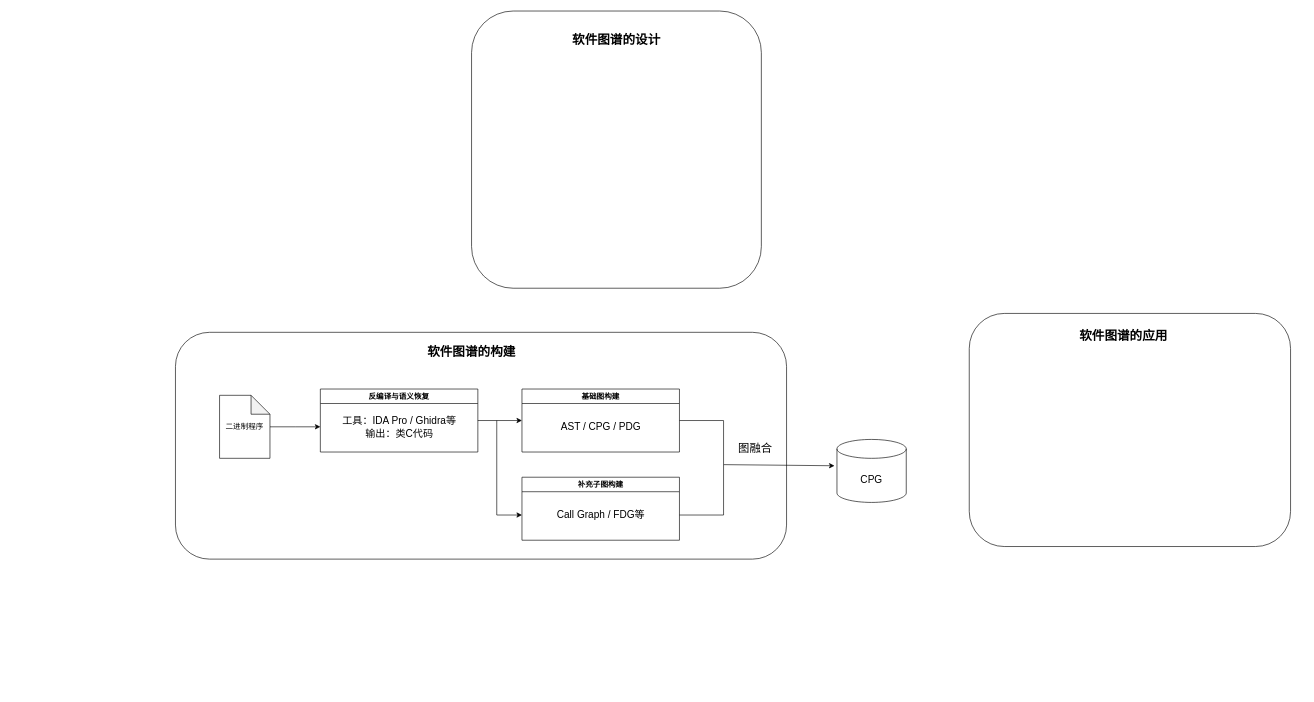
The draw.io diagram MindMap/硕士毕设系统框架.drawio in hourhl/Draw-io, before the edit. Source tidied: cells renumbered, new cells numbered last; positions are measured from the earlier drawing's top-left corner, leaving out a move shared by most shapes. Both pictures are drawn from the tidied source at 63%, with x=0, y=0 at pixel (175, 11).
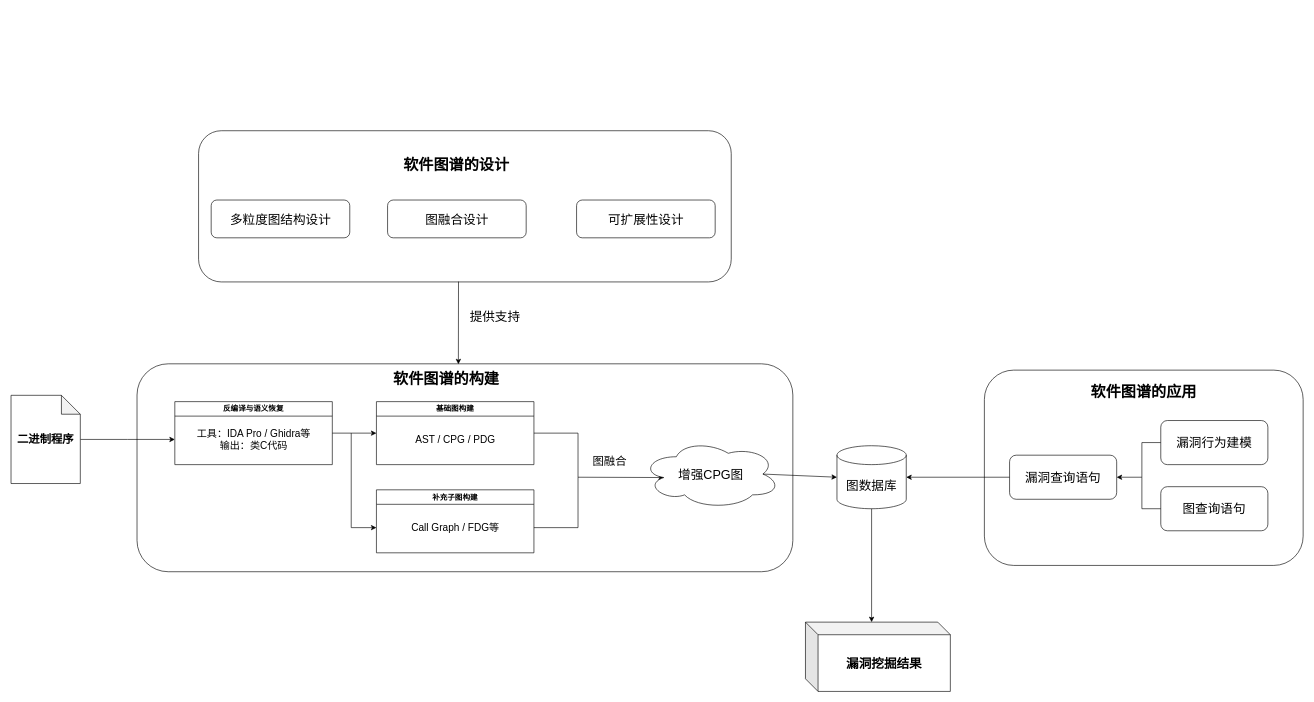
The same page after the edit.

Commit message (it also covers changes not shown here):
更新硕士毕设系统框架.drawio

Change to the diagram source:
```diff
@@
     <mxCell id="2" style="rounded=1;whiteSpace=wrap;html=1;" parent="1" vertex="1">
-      <mxGeometry y="510" width="970" height="360" as="geometry" />
+      <mxGeometry x="-61" y="560" width="1041" height="330" as="geometry" />
     </mxCell>
     <mxCell id="3" style="edgeStyle=orthogonalEdgeStyle;rounded=0;jettySize=auto;html=1;" parent="1" edge="1" source="4">
       <mxGeometry relative="1" as="geometry">
-        <mxPoint x="230" y="660" as="targetPoint" />
+        <mxPoint x="-1" y="680" as="targetPoint" />
       </mxGeometry>
     </mxCell>
-    <mxCell id="4" value="二进制程序" style="shape=note;whiteSpace=wrap;html=1;backgroundOutline=1;darkOpacity=0.05;" parent="1" vertex="1">
-      <mxGeometry x="70" y="610" width="80" height="100" as="geometry" />
+    <mxCell id="4" value="&lt;font style=&quot;font-size: 18px;&quot;&gt;&lt;b&gt;二进制程序&lt;/b&gt;&lt;/font&gt;" style="shape=note;whiteSpace=wrap;html=1;backgroundOutline=1;darkOpacity=0.05;" parent="1" vertex="1">
+      <mxGeometry x="-261" y="610" width="110" height="140" as="geometry" />
     </mxCell>
@@
     <mxCell id="6" value="反编译与语义恢复" style="swimlane;whiteSpace=wrap;html=1;" parent="1" vertex="1">
-      <mxGeometry x="230" y="600" width="250" height="100" as="geometry" />
+      <mxGeometry x="-1" y="620" width="250" height="100" as="geometry" />
     </mxCell>
@@
     <mxCell id="8" value="基础图构建" style="swimlane;whiteSpace=wrap;html=1;" parent="1" vertex="1">
-      <mxGeometry x="550" y="600" width="250" height="100" as="geometry" />
+      <mxGeometry x="319" y="620" width="250" height="100" as="geometry" />
     </mxCell>
@@
     <mxCell id="10" value="补充子图构建" style="swimlane;whiteSpace=wrap;html=1;" parent="1" vertex="1">
-      <mxGeometry x="550" y="740" width="250" height="100" as="geometry" />
+      <mxGeometry x="319" y="760" width="250" height="100" as="geometry" />
     </mxCell>
@@
     <mxCell id="12" style="endArrow=classic;html=1;rounded=0;" parent="1" edge="1">
       <mxGeometry relative="1" as="geometry">
-        <mxPoint x="510" y="650" as="sourcePoint" />
-        <mxPoint x="550" y="800" as="targetPoint" />
+        <mxPoint x="279" y="670" as="sourcePoint" />
+        <mxPoint x="319" y="820" as="targetPoint" />
         <Array as="points">
-          <mxPoint x="510" y="800" />
+          <mxPoint x="279" y="820" />
         </Array>
       </mxGeometry>
     </mxCell>
-    <mxCell id="13" style="endArrow=classic;html=1;rounded=0;exitX=1;exitY=0.5;exitDx=0;exitDy=0;entryX=-0.036;entryY=0.418;entryDx=0;entryDy=0;entryPerimeter=0;" parent="1" edge="1" source="8" target="15">
+    <mxCell id="13" style="endArrow=classic;html=1;rounded=0;exitX=1;exitY=0.5;exitDx=0;exitDy=0;entryX=0.16;entryY=0.55;entryDx=0;entryDy=0;entryPerimeter=0;" parent="1" edge="1" source="8" target="33">
       <mxGeometry relative="1" as="geometry">
         <Array as="points">
-          <mxPoint x="870" y="650" />
-          <mxPoint x="870" y="720" />
+          <mxPoint x="639" y="670" />
+          <mxPoint x="639" y="740" />
         </Array>
       </mxGeometry>
     </mxCell>
     <mxCell id="14" style="endArrow=none;html=1;rounded=0;" parent="1" edge="1">
       <mxGeometry relative="1" as="geometry">
-        <mxPoint x="800" y="800" as="sourcePoint" />
-        <mxPoint x="870" y="720" as="targetPoint" />
+        <mxPoint x="569" y="820" as="sourcePoint" />
+        <mxPoint x="639" y="740" as="targetPoint" />
         <Array as="points">
-          <mxPoint x="870" y="800" />
+          <mxPoint x="639" y="820" />
         </Array>
       </mxGeometry>
     </mxCell>
-    <mxCell id="15" value="&lt;font style=&quot;font-size: 16px;&quot;&gt;CPG&lt;/font&gt;" style="shape=cylinder3;whiteSpace=wrap;html=1;boundedLbl=1;backgroundOutline=1;size=15;" parent="1" vertex="1">
-      <mxGeometry x="1050" y="680" width="110" height="100" as="geometry" />
+    <mxCell id="15" value="&lt;font style=&quot;font-size: 20px;&quot;&gt;图数据库&lt;/font&gt;" style="shape=cylinder3;whiteSpace=wrap;html=1;boundedLbl=1;backgroundOutline=1;size=15;" parent="1" vertex="1">
+      <mxGeometry x="1050" y="690" width="110" height="100" as="geometry" />
     </mxCell>
     <mxCell id="16" value="&lt;font style=&quot;font-size: 18px;&quot;&gt;图融合&lt;/font&gt;" style="text;html=1;align=center;verticalAlign=middle;strokeColor=none;fillColor=none;" parent="1" vertex="1">
-      <mxGeometry x="880" y="675" width="80" height="40" as="geometry" />
+      <mxGeometry x="649" y="695" width="80" height="40" as="geometry" />
     </mxCell>
-    <mxCell id="17" value="&lt;b&gt;&lt;font style=&quot;font-size: 20px;&quot;&gt;软件图谱的构建&lt;/font&gt;&lt;/b&gt;" style="text;html=1;align=center;verticalAlign=middle;whiteSpace=wrap;rounded=0;" parent="1" vertex="1">
-      <mxGeometry x="380" y="520" width="180" height="40" as="geometry" />
+    <mxCell id="17" value="&lt;b&gt;&lt;font style=&quot;font-size: 24px;&quot;&gt;软件图谱的构建&lt;/font&gt;&lt;/b&gt;" style="text;html=1;align=center;verticalAlign=middle;whiteSpace=wrap;rounded=0;" parent="1" vertex="1">
+      <mxGeometry x="340" y="570" width="180" height="30" as="geometry" />
     </mxCell>
     <mxCell id="18" style="rounded=1;whiteSpace=wrap;html=1;" parent="1" vertex="1">
-      <mxGeometry x="470" width="460" height="440" as="geometry" />
+      <mxGeometry x="36.7" y="190" width="845.5" height="240" as="geometry" />
     </mxCell>
-    <mxCell id="19" value="&lt;font style=&quot;font-size: 20px;&quot;&gt;&lt;b&gt;软件图谱的设计&lt;/b&gt;&lt;/font&gt;" style="text;html=1;align=center;verticalAlign=middle;whiteSpace=wrap;rounded=0;" parent="1" vertex="1">
-      <mxGeometry x="565" y="20" width="270" height="50" as="geometry" />
+    <mxCell id="19" value="&lt;font style=&quot;font-size: 24px;&quot;&gt;&lt;b style=&quot;&quot;&gt;软件图谱的设计&lt;/b&gt;&lt;/font&gt;" style="text;html=1;align=center;verticalAlign=middle;whiteSpace=wrap;rounded=0;" parent="1" vertex="1">
+      <mxGeometry x="311.2" y="220" width="270" height="50" as="geometry" />
     </mxCell>
     <mxCell id="20" style="rounded=1;whiteSpace=wrap;html=1;" parent="1" vertex="1">
-      <mxGeometry x="1260" y="480" width="510" height="370" as="geometry" />
+      <mxGeometry x="1284" y="570" width="506" height="310" as="geometry" />
     </mxCell>
-    <mxCell id="21" value="&lt;font style=&quot;font-size: 20px;&quot;&gt;&lt;b&gt;软件图谱的应用&lt;/b&gt;&lt;/font&gt;" style="text;html=1;align=center;verticalAlign=middle;whiteSpace=wrap;rounded=0;" parent="1" vertex="1">
-      <mxGeometry x="1390" y="500" width="230" height="30" as="geometry" />
+    <mxCell id="21" value="&lt;font style=&quot;font-size: 24px;&quot;&gt;&lt;b style=&quot;&quot;&gt;软件图谱的应用&lt;/b&gt;&lt;/font&gt;" style="text;html=1;align=center;verticalAlign=middle;whiteSpace=wrap;rounded=0;" parent="1" vertex="1">
+      <mxGeometry x="1422" y="590" width="230" height="30" as="geometry" />
     </mxCell>
+    <mxCell id="22" value="&lt;font style=&quot;font-size: 20px;&quot;&gt;漏洞行为建模&lt;/font&gt;" style="rounded=1;whiteSpace=wrap;html=1;" parent="1" vertex="1">
+      <mxGeometry x="1564" y="650" width="170" height="70" as="geometry" />
+    </mxCell>
+    <mxCell id="23" value="&lt;font style=&quot;font-size: 20px;&quot;&gt;图查询语句&lt;/font&gt;" style="rounded=1;whiteSpace=wrap;html=1;" parent="1" vertex="1">
+      <mxGeometry x="1564" y="755" width="170" height="70" as="geometry" />
+    </mxCell>
+    <mxCell id="24" value="&lt;font style=&quot;font-size: 20px;&quot;&gt;漏洞查询语句&lt;/font&gt;" style="rounded=1;whiteSpace=wrap;html=1;" parent="1" vertex="1">
+      <mxGeometry x="1324" y="705" width="170" height="70" as="geometry" />
+    </mxCell>
+    <mxCell id="25" style="endArrow=classic;html=1;rounded=0;exitX=0;exitY=0.5;exitDx=0;exitDy=0;entryX=1;entryY=0.5;entryDx=0;entryDy=0;" parent="1" edge="1" source="22" target="24">
+      <mxGeometry relative="1" as="geometry">
+        <Array as="points">
+          <mxPoint x="1534" y="685" />
+          <mxPoint x="1534" y="740" />
+        </Array>
+      </mxGeometry>
+    </mxCell>
+    <mxCell id="26" style="endArrow=none;html=1;rounded=0;exitX=0;exitY=0.5;exitDx=0;exitDy=0;" parent="1" edge="1" source="23">
+      <mxGeometry relative="1" as="geometry">
+        <mxPoint x="1534" y="740" as="targetPoint" />
+        <Array as="points">
+          <mxPoint x="1534" y="790" />
+        </Array>
+      </mxGeometry>
+    </mxCell>
+    <mxCell id="27" style="endArrow=classic;html=1;rounded=0;exitX=0;exitY=0.5;exitDx=0;exitDy=0;entryX=1;entryY=0.5;entryDx=0;entryDy=0;entryPerimeter=0;" parent="1" edge="1" source="24" target="15">
+      <mxGeometry relative="1" as="geometry" />
+    </mxCell>
+    <mxCell id="28" value="&lt;font style=&quot;font-size: 20px;&quot;&gt;多粒度图结构设计&lt;/font&gt;" style="rounded=1;whiteSpace=wrap;html=1;" parent="1" vertex="1">
+      <mxGeometry x="56.7" y="300" width="220" height="60" as="geometry" />
+    </mxCell>
+    <mxCell id="29" value="&lt;font style=&quot;font-size: 20px;&quot;&gt;图融合设计&lt;/font&gt;" style="rounded=1;whiteSpace=wrap;html=1;" parent="1" vertex="1">
+      <mxGeometry x="336.7" y="300" width="220" height="60" as="geometry" />
+    </mxCell>
+    <mxCell id="30" value="&lt;font style=&quot;font-size: 20px;&quot;&gt;可扩展性设计&lt;/font&gt;" style="rounded=1;whiteSpace=wrap;html=1;" parent="1" vertex="1">
+      <mxGeometry x="636.7" y="300" width="220" height="60" as="geometry" />
+    </mxCell>
+    <mxCell id="31" value="&lt;font style=&quot;font-size: 20px;&quot;&gt;&lt;b&gt;漏洞挖掘结果&lt;/b&gt;&lt;/font&gt;" style="shape=cube;whiteSpace=wrap;html=1;boundedLbl=1;backgroundOutline=1;darkOpacity=0.05;darkOpacity2=0.1;" parent="1" vertex="1">
+      <mxGeometry x="1000" y="970" width="230" height="110" as="geometry" />
+    </mxCell>
+    <mxCell id="32" style="endArrow=classic;html=1;rounded=0;exitX=0.5;exitY=1;exitDx=0;exitDy=0;exitPerimeter=0;entryX=0;entryY=0;entryDx=105;entryDy=0;entryPerimeter=0;" parent="1" edge="1" source="15" target="31">
+      <mxGeometry relative="1" as="geometry" />
+    </mxCell>
+    <mxCell id="33" value="&lt;font style=&quot;font-size: 20px;&quot;&gt;增强CPG图&lt;/font&gt;" style="ellipse;shape=cloud;whiteSpace=wrap;html=1;" parent="1" vertex="1">
+      <mxGeometry x="740" y="680" width="220" height="110" as="geometry" />
+    </mxCell>
+    <mxCell id="34" style="endArrow=classic;html=1;rounded=0;exitX=0.875;exitY=0.5;exitDx=0;exitDy=0;exitPerimeter=0;entryX=0;entryY=0.5;entryDx=0;entryDy=0;entryPerimeter=0;" parent="1" edge="1" source="33" target="15">
+      <mxGeometry relative="1" as="geometry" />
+    </mxCell>
+    <mxCell id="35" style="endArrow=classic;html=1;rounded=0;exitX=0.488;exitY=0.998;exitDx=0;exitDy=0;exitPerimeter=0;entryX=0.49;entryY=0.002;entryDx=0;entryDy=0;entryPerimeter=0;" parent="1" edge="1" source="18" target="2">
+      <mxGeometry relative="1" as="geometry" />
+    </mxCell>
+    <mxCell id="36" value="&lt;font style=&quot;font-size: 20px;&quot;&gt;提供支持&lt;/font&gt;" style="text;html=1;align=center;verticalAlign=middle;strokeColor=none;fillColor=none;" parent="1" vertex="1">
+      <mxGeometry x="457" y="465" width="100" height="40" as="geometry" />
+    </mxCell>
```
